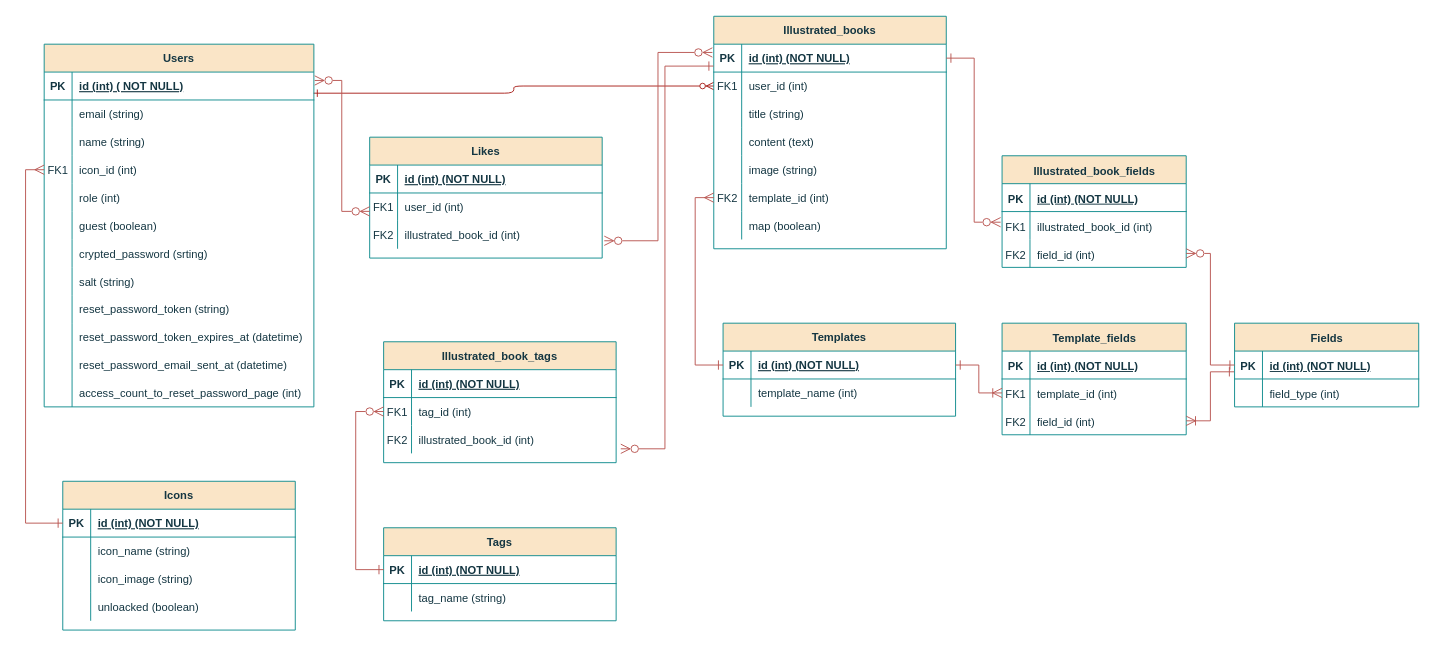
furukoshi12/zukan-create keeps this draw.io diagram as 名称未設定ファイル.drawio. Above is the earlier version. Source tidied: cells renumbered, new cells numbered last; positions are measured from the earlier drawing's top-left corner, leaving out a move shared by most shapes. Both pictures are drawn from the tidied source at 93%, with x=0, y=0 at pixel (25, 16).
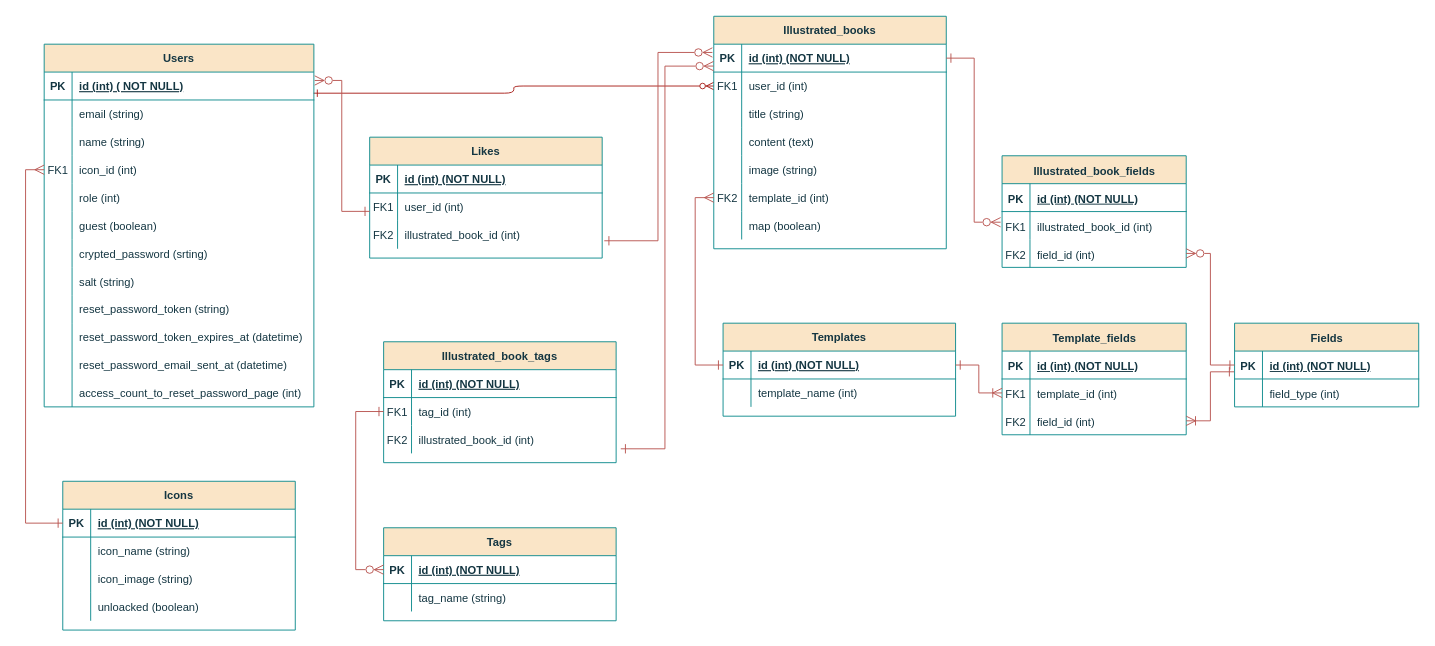
After the change.

Commit message:
名称未設定ファイル.drawio を更新します

The change refers to these unchanged cells:
```xml
<mxCell id="4" style="shape=partialRectangle;fillColor=none;points=[[0,0.5],[1,0.5]];portConstraint=eastwest;top=0;left=0;right=0;bottom=1;labelBackgroundColor=none;strokeColor=#0F8B8D;fontColor=#143642;" parent="3" vertex="1">
  <mxGeometry y="30" width="250" height="30" as="geometry" />
</mxCell>
<mxCell id="33" style="shape=partialRectangle;fillColor=none;points=[[0,0.5],[1,0.5]];portConstraint=eastwest;top=0;left=0;right=0;bottom=1;labelBackgroundColor=none;strokeColor=#0F8B8D;fontColor=#143642;" parent="32" vertex="1">
  <mxGeometry y="30" width="290" height="30" as="geometry" />
</mxCell>
<mxCell id="86" style="shape=partialRectangle;fillColor=none;points=[[0,0.5],[1,0.5]];portConstraint=eastwest;top=0;left=0;right=0;bottom=0;labelBackgroundColor=none;strokeColor=#0F8B8D;fontColor=#143642;" parent="82" vertex="1">
  <mxGeometry y="60" width="250" height="30" as="geometry" />
</mxCell>
<mxCell id="89" style="shape=partialRectangle;fillColor=none;points=[[0,0.5],[1,0.5]];portConstraint=eastwest;top=0;left=0;right=0;bottom=0;labelBackgroundColor=none;strokeColor=#0F8B8D;fontColor=#143642;" parent="82" vertex="1">
  <mxGeometry y="90" width="250" height="30" as="geometry" />
</mxCell>
<mxCell id="93" style="shape=partialRectangle;fillColor=none;points=[[0,0.5],[1,0.5]];portConstraint=eastwest;top=0;left=0;right=0;bottom=1;labelBackgroundColor=none;strokeColor=#0F8B8D;fontColor=#143642;" parent="92" vertex="1">
  <mxGeometry y="30" width="250" height="30" as="geometry" />
</mxCell>
<mxCell id="110" style="shape=partialRectangle;fillColor=none;points=[[0,0.5],[1,0.5]];portConstraint=eastwest;top=0;left=0;right=0;bottom=0;labelBackgroundColor=none;strokeColor=#0F8B8D;fontColor=#143642;" parent="106" vertex="1">
  <mxGeometry y="60" width="250" height="30" as="geometry" />
</mxCell>
<mxCell id="113" style="shape=partialRectangle;fillColor=none;points=[[0,0.5],[1,0.5]];portConstraint=eastwest;top=0;left=0;right=0;bottom=0;labelBackgroundColor=none;strokeColor=#0F8B8D;fontColor=#143642;" parent="106" vertex="1">
  <mxGeometry y="90" width="250" height="30" as="geometry" />
</mxCell>
```

What changed in the source:
```diff
@@
-    <mxCell id="116" style="edgeStyle=orthogonalEdgeStyle;rounded=0;jettySize=auto;html=1;exitX=-0.001;exitY=0.785;exitDx=0;exitDy=0;entryX=1.02;entryY=0.836;entryDx=0;entryDy=0;entryPerimeter=0;fontSize=12;startSize=8;endSize=8;endArrow=ERzeroToMany;endFill=0;startArrow=ERone;startFill=0;fillColor=#f8cecc;strokeColor=#b85450;exitPerimeter=0;" parent="1" edge="1" source="4" target="113">
+    <mxCell id="116" style="edgeStyle=orthogonalEdgeStyle;rounded=0;jettySize=auto;html=1;exitX=-0.001;exitY=0.785;exitDx=0;exitDy=0;entryX=1.02;entryY=0.836;entryDx=0;entryDy=0;entryPerimeter=0;fontSize=12;startSize=8;endSize=8;endArrow=ERone;endFill=0;startArrow=ERzeroToMany;startFill=0;fillColor=#f8cecc;strokeColor=#b85450;exitPerimeter=0;" parent="1" edge="1" source="4" target="113">
       <mxGeometry relative="1" as="geometry" />
     </mxCell>
-    <mxCell id="117" style="edgeStyle=orthogonalEdgeStyle;rounded=0;jettySize=auto;html=1;exitX=0;exitY=0.5;exitDx=0;exitDy=0;fontSize=12;startSize=8;endSize=8;startArrow=ERzeroToMany;startFill=0;endArrow=ERone;endFill=0;fillColor=#f8cecc;strokeColor=#b85450;entryX=0;entryY=0.5;entryDx=0;entryDy=0;" parent="1" edge="1" source="110" target="93">
+    <mxCell id="117" style="edgeStyle=orthogonalEdgeStyle;rounded=0;jettySize=auto;html=1;exitX=0;exitY=0.5;exitDx=0;exitDy=0;fontSize=12;startSize=8;endSize=8;startArrow=ERone;startFill=0;endArrow=ERzeroToMany;endFill=0;fillColor=#f8cecc;strokeColor=#b85450;entryX=0;entryY=0.5;entryDx=0;entryDy=0;" parent="1" edge="1" source="110" target="93">
       <mxGeometry relative="1" as="geometry">
         <Array as="points">
           <mxPoint x="355" y="425" />
           <mxPoint x="355" y="595" />
         </Array>
       </mxGeometry>
     </mxCell>
-    <mxCell id="118" style="edgeStyle=orthogonalEdgeStyle;rounded=0;jettySize=auto;html=1;exitX=1.003;exitY=0.301;exitDx=0;exitDy=0;entryX=0;entryY=0.659;entryDx=0;entryDy=0;entryPerimeter=0;fontSize=12;startSize=8;endSize=8;endArrow=ERzeroToMany;endFill=0;startArrow=ERzeroToMany;startFill=0;fillColor=#f8cecc;strokeColor=#b85450;exitPerimeter=0;" parent="1" edge="1" source="33" target="86">
+    <mxCell id="118" style="edgeStyle=orthogonalEdgeStyle;rounded=0;jettySize=auto;html=1;exitX=1.003;exitY=0.301;exitDx=0;exitDy=0;entryX=0;entryY=0.659;entryDx=0;entryDy=0;entryPerimeter=0;fontSize=12;startSize=8;endSize=8;endArrow=ERone;endFill=0;startArrow=ERzeroToMany;startFill=0;fillColor=#f8cecc;strokeColor=#b85450;exitPerimeter=0;" parent="1" edge="1" source="33" target="86">
       <mxGeometry relative="1" as="geometry" />
     </mxCell>
-    <mxCell id="119" style="edgeStyle=orthogonalEdgeStyle;rounded=0;jettySize=auto;html=1;exitX=-0.006;exitY=0.297;exitDx=0;exitDy=0;entryX=1.009;entryY=0.713;entryDx=0;entryDy=0;entryPerimeter=0;fontSize=12;startSize=8;endSize=8;fillColor=#f8cecc;strokeColor=#b85450;endArrow=ERzeroToMany;endFill=0;startArrow=ERzeroToMany;startFill=0;exitPerimeter=0;" parent="1" edge="1" source="4" target="89">
+    <mxCell id="119" style="edgeStyle=orthogonalEdgeStyle;rounded=0;jettySize=auto;html=1;exitX=-0.006;exitY=0.297;exitDx=0;exitDy=0;entryX=1.009;entryY=0.713;entryDx=0;entryDy=0;entryPerimeter=0;fontSize=12;startSize=8;endSize=8;fillColor=#f8cecc;strokeColor=#b85450;endArrow=ERone;endFill=0;startArrow=ERzeroToMany;startFill=0;exitPerimeter=0;" parent="1" edge="1" source="4" target="89">
       <mxGeometry relative="1" as="geometry" />
     </mxCell>
```
